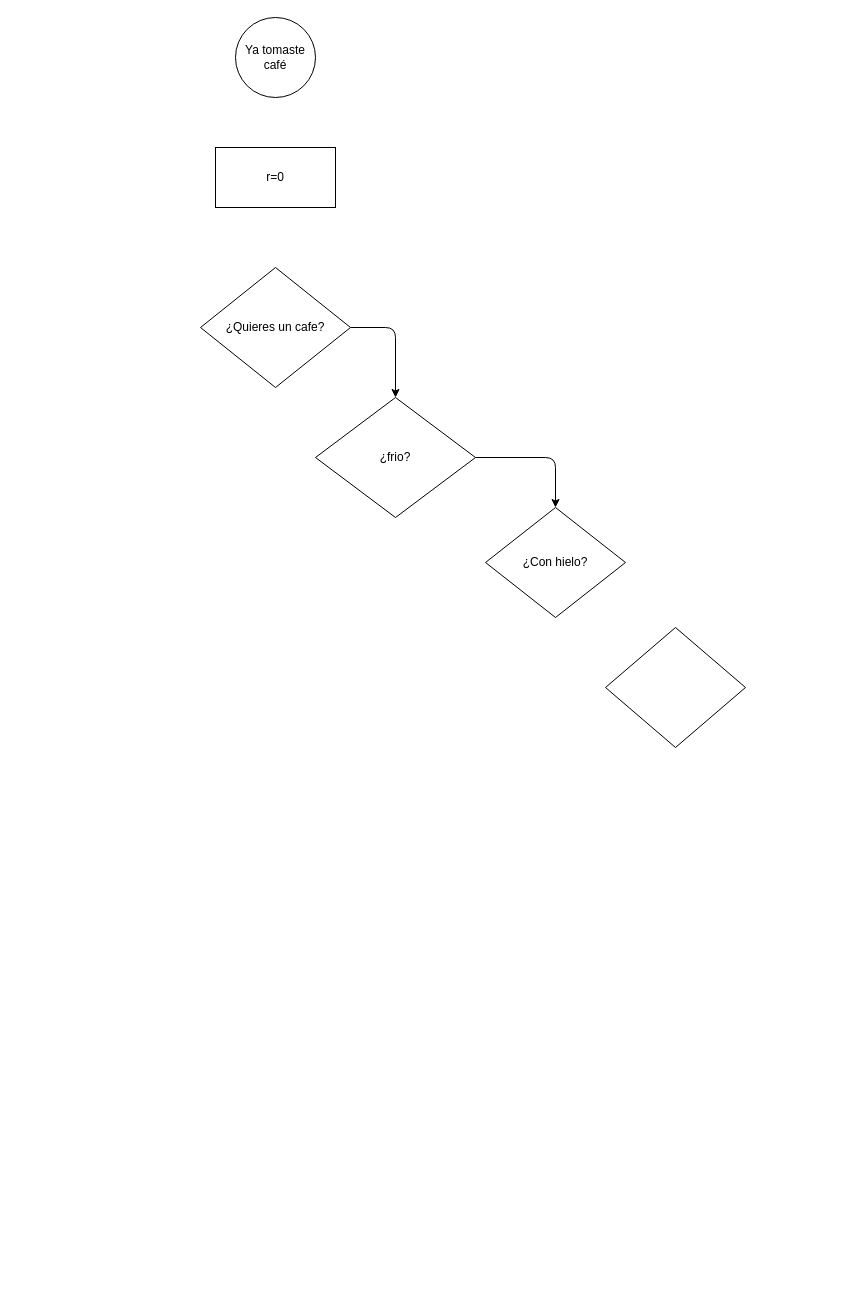
Joan-1-0/IA keeps this draw.io diagram as IA/Estructuras de control/cafe.drawio. Above is the earlier version. Source tidied: cells renumbered, new cells numbered last; positions are measured from the earlier drawing's top-left corner, leaving out a move shared by most shapes. Both pictures are drawn from the tidied source at 100%, with x=0, y=0 at pixel (200, 17).
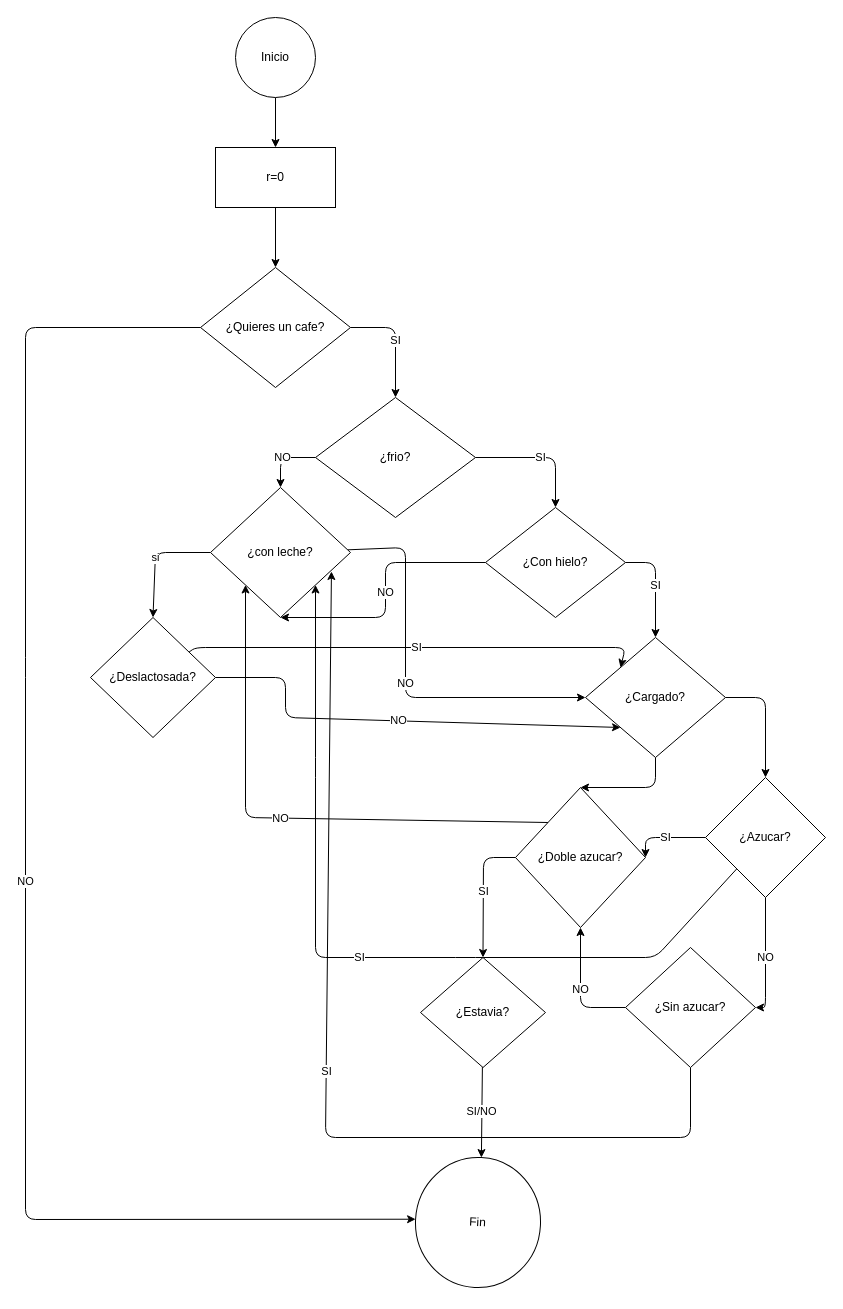
After the change.

The change refers to these unchanged cells:
```xml
<mxCell id="3" value="r=0" style="whiteSpace=wrap;html=1;" parent="1" vertex="1">
  <mxGeometry x="15" y="130" width="120" height="60" as="geometry" />
</mxCell>
<mxCell id="5" value="¿Quieres un cafe?" style="rhombus;whiteSpace=wrap;html=1;" parent="1" vertex="1">
  <mxGeometry y="250" width="150" height="120" as="geometry" />
</mxCell>
<mxCell id="6" value="¿Con hielo?" style="rhombus;whiteSpace=wrap;html=1;" parent="1" vertex="1">
  <mxGeometry x="285" y="490" width="140" height="110" as="geometry" />
</mxCell>
<mxCell id="8" value="¿frio?" style="rhombus;whiteSpace=wrap;html=1;" parent="1" vertex="1">
  <mxGeometry x="115" y="380" width="160" height="120" as="geometry" />
</mxCell>
```

The edit, as a diff of the source:
```diff
@@
+    <mxCell id="10" style="edgeStyle=none;html=1;entryX=0.5;entryY=0;entryDx=0;entryDy=0;" parent="1" edge="1" source="2" target="3">
+      <mxGeometry relative="1" as="geometry" />
+    </mxCell>
-    <mxCell id="2" value="Ya tomaste café" style="ellipse;whiteSpace=wrap;html=1;" parent="1" vertex="1">
+    <mxCell id="2" value="Inicio" style="ellipse;whiteSpace=wrap;html=1;" parent="1" vertex="1">
       <mxGeometry x="35" width="80" height="80" as="geometry" />
     </mxCell>
+    <mxCell id="11" style="edgeStyle=none;html=1;entryX=0.5;entryY=0;entryDx=0;entryDy=0;" parent="1" edge="1" source="3" target="5">
+      <mxGeometry relative="1" as="geometry" />
+    </mxCell>
@@
-    <mxCell id="4" style="edgeStyle=none;html=1;entryX=0.5;entryY=0;entryDx=0;entryDy=0;" parent="1" edge="1" source="5" target="8">
+    <mxCell id="4" value="SI" style="edgeStyle=none;html=1;entryX=0.5;entryY=0;entryDx=0;entryDy=0;" parent="1" edge="1" source="5" target="8">
       <mxGeometry relative="1" as="geometry">
         <Array as="points">
           <mxPoint x="195" y="310" />
         </Array>
       </mxGeometry>
     </mxCell>
+    <mxCell id="12" value="NO" style="edgeStyle=none;html=1;entryX=0;entryY=0.5;entryDx=0;entryDy=0;" parent="1" edge="1" source="5" target="36">
+      <mxGeometry relative="1" as="geometry">
+        <Array as="points">
+          <mxPoint x="-175" y="310" />
+          <mxPoint x="-175" y="650" />
+          <mxPoint x="-175" y="1202" />
+        </Array>
+      </mxGeometry>
+    </mxCell>
@@
+    <mxCell id="13" value="SI" style="edgeStyle=none;html=1;exitX=1;exitY=0.5;exitDx=0;exitDy=0;entryX=0.5;entryY=0;entryDx=0;entryDy=0;" parent="1" edge="1" source="6" target="9">
+      <mxGeometry relative="1" as="geometry">
+        <Array as="points">
+          <mxPoint x="455" y="545" />
+        </Array>
+      </mxGeometry>
+    </mxCell>
+    <mxCell id="14" value="NO" style="edgeStyle=none;html=1;entryX=0.5;entryY=1;entryDx=0;entryDy=0;" parent="1" edge="1" source="6" target="20">
+      <mxGeometry relative="1" as="geometry">
+        <Array as="points">
+          <mxPoint x="185" y="545" />
+          <mxPoint x="185" y="600" />
+        </Array>
+      </mxGeometry>
+    </mxCell>
@@
-    <mxCell id="7" style="edgeStyle=none;html=1;entryX=0.5;entryY=0;entryDx=0;entryDy=0;" parent="1" edge="1" source="8" target="6">
+    <mxCell id="7" value="SI" style="edgeStyle=none;html=1;entryX=0.5;entryY=0;entryDx=0;entryDy=0;" parent="1" edge="1" source="8" target="6">
       <mxGeometry relative="1" as="geometry">
         <Array as="points">
           <mxPoint x="355" y="440" />
         </Array>
       </mxGeometry>
     </mxCell>
+    <mxCell id="15" value="NO" style="edgeStyle=none;html=1;entryX=0.5;entryY=0;entryDx=0;entryDy=0;" parent="1" edge="1" source="8" target="20">
+      <mxGeometry relative="1" as="geometry">
+        <Array as="points">
+          <mxPoint x="80" y="440" />
+        </Array>
+      </mxGeometry>
+    </mxCell>
@@
+    <mxCell id="16" style="edgeStyle=none;html=1;entryX=0.5;entryY=0;entryDx=0;entryDy=0;" parent="1" edge="1" source="9" target="27">
+      <mxGeometry relative="1" as="geometry">
+        <Array as="points">
+          <mxPoint x="565" y="680" />
+        </Array>
+      </mxGeometry>
+    </mxCell>
+    <mxCell id="17" style="edgeStyle=none;html=1;entryX=0.5;entryY=0;entryDx=0;entryDy=0;" parent="1" edge="1" source="9" target="30">
+      <mxGeometry relative="1" as="geometry">
+        <Array as="points">
+          <mxPoint x="455" y="770" />
+        </Array>
+      </mxGeometry>
+    </mxCell>
-    <mxCell id="9" style="rhombus;whiteSpace=wrap;html=1;" parent="1" vertex="1">
-      <mxGeometry x="405" y="610" width="140" height="120" as="geometry" />
+    <mxCell id="9" value="¿Cargado?" style="rhombus;whiteSpace=wrap;html=1;" parent="1" vertex="1">
+      <mxGeometry x="385" y="620" width="140" height="120" as="geometry" />
     </mxCell>
+    <mxCell id="18" value="si" style="edgeStyle=none;html=1;entryX=0.5;entryY=0;entryDx=0;entryDy=0;" parent="1" edge="1" source="20" target="23">
+      <mxGeometry relative="1" as="geometry">
+        <Array as="points">
+          <mxPoint x="-45" y="535" />
+        </Array>
+      </mxGeometry>
+    </mxCell>
+    <mxCell id="19" value="NO" style="edgeStyle=none;html=1;entryX=0;entryY=0.5;entryDx=0;entryDy=0;" parent="1" edge="1" source="20" target="9">
+      <mxGeometry relative="1" as="geometry">
+        <Array as="points">
+          <mxPoint x="205" y="530" />
+          <mxPoint x="205" y="680" />
+        </Array>
+      </mxGeometry>
+    </mxCell>
+    <mxCell id="20" value="¿con leche?" style="rhombus;whiteSpace=wrap;html=1;" parent="1" vertex="1">
+      <mxGeometry x="10" y="470" width="140" height="130" as="geometry" />
+    </mxCell>
+    <mxCell id="21" value="NO" style="edgeStyle=none;html=1;entryX=0;entryY=1;entryDx=0;entryDy=0;" parent="1" edge="1" source="23" target="9">
+      <mxGeometry relative="1" as="geometry">
+        <Array as="points">
+          <mxPoint x="85" y="660" />
+          <mxPoint x="85" y="700" />
+        </Array>
+      </mxGeometry>
+    </mxCell>
+    <mxCell id="22" value="SI" style="edgeStyle=none;html=1;entryX=0;entryY=0;entryDx=0;entryDy=0;" parent="1" edge="1" source="23" target="9">
+      <mxGeometry relative="1" as="geometry">
+        <Array as="points">
+          <mxPoint x="-5" y="630" />
+          <mxPoint x="425" y="630" />
+        </Array>
+      </mxGeometry>
+    </mxCell>
+    <mxCell id="23" value="¿Deslactosada?" style="rhombus;whiteSpace=wrap;html=1;" parent="1" vertex="1">
+      <mxGeometry x="-110" y="600" width="125" height="120" as="geometry" />
+    </mxCell>
+    <mxCell id="24" value="SI" style="edgeStyle=none;html=1;entryX=1;entryY=1;entryDx=0;entryDy=0;" parent="1" edge="1" source="27" target="20">
+      <mxGeometry relative="1" as="geometry">
+        <Array as="points">
+          <mxPoint x="455" y="940" />
+          <mxPoint x="265" y="940" />
+          <mxPoint x="115" y="940" />
+          <mxPoint x="115" y="750" />
+        </Array>
+      </mxGeometry>
+    </mxCell>
+    <mxCell id="25" value="SI" style="edgeStyle=none;html=1;entryX=1;entryY=0.5;entryDx=0;entryDy=0;" parent="1" edge="1" source="27" target="30">
+      <mxGeometry relative="1" as="geometry">
+        <Array as="points">
+          <mxPoint x="445" y="820" />
+        </Array>
+      </mxGeometry>
+    </mxCell>
+    <mxCell id="26" value="NO" style="edgeStyle=none;html=1;entryX=1;entryY=0.5;entryDx=0;entryDy=0;" parent="1" edge="1" source="27" target="35">
+      <mxGeometry relative="1" as="geometry">
+        <Array as="points">
+          <mxPoint x="565" y="990" />
+        </Array>
+      </mxGeometry>
+    </mxCell>
+    <mxCell id="27" value="¿Azucar?" style="rhombus;whiteSpace=wrap;html=1;" parent="1" vertex="1">
+      <mxGeometry x="505" y="760" width="120" height="120" as="geometry" />
+    </mxCell>
+    <mxCell id="28" value="SI" style="edgeStyle=none;html=1;entryX=0.5;entryY=0;entryDx=0;entryDy=0;" parent="1" edge="1" source="30" target="32">
+      <mxGeometry relative="1" as="geometry">
+        <Array as="points">
+          <mxPoint x="283" y="840" />
+        </Array>
+      </mxGeometry>
+    </mxCell>
+    <mxCell id="29" value="NO" style="edgeStyle=none;html=1;exitX=0;exitY=0;exitDx=0;exitDy=0;entryX=0;entryY=1;entryDx=0;entryDy=0;" parent="1" edge="1" source="30" target="20">
+      <mxGeometry relative="1" as="geometry">
+        <Array as="points">
+          <mxPoint x="45" y="800" />
+        </Array>
+      </mxGeometry>
+    </mxCell>
+    <mxCell id="30" value="¿Doble azucar?" style="rhombus;whiteSpace=wrap;html=1;" parent="1" vertex="1">
+      <mxGeometry x="315" y="770" width="130" height="140" as="geometry" />
+    </mxCell>
+    <mxCell id="31" value="SI/NO" style="edgeStyle=none;html=1;entryX=0.5;entryY=0;entryDx=0;entryDy=0;" parent="1" edge="1" source="32" target="36">
+      <mxGeometry relative="1" as="geometry" />
+    </mxCell>
+    <mxCell id="32" value="¿Estavia?" style="rhombus;whiteSpace=wrap;html=1;" parent="1" vertex="1">
+      <mxGeometry x="220" y="940" width="125" height="110" as="geometry" />
+    </mxCell>
+    <mxCell id="33" value="SI" style="edgeStyle=none;html=1;entryX=0.864;entryY=0.646;entryDx=0;entryDy=0;entryPerimeter=0;" parent="1" edge="1" source="35" target="20">
+      <mxGeometry relative="1" as="geometry">
+        <Array as="points">
+          <mxPoint x="490" y="1120" />
+          <mxPoint x="125" y="1120" />
+        </Array>
+      </mxGeometry>
+    </mxCell>
+    <mxCell id="34" value="NO" style="edgeStyle=none;html=1;entryX=0.5;entryY=1;entryDx=0;entryDy=0;" parent="1" edge="1" source="35" target="30">
+      <mxGeometry relative="1" as="geometry">
+        <Array as="points">
+          <mxPoint x="380" y="990" />
+        </Array>
+      </mxGeometry>
+    </mxCell>
+    <mxCell id="35" value="¿Sin azucar?" style="rhombus;whiteSpace=wrap;html=1;" parent="1" vertex="1">
+      <mxGeometry x="425" y="930" width="130" height="120" as="geometry" />
+    </mxCell>
+    <mxCell id="36" value="Fin&lt;br&gt;" style="ellipse;whiteSpace=wrap;html=1;rotation=3;" parent="1" vertex="1">
+      <mxGeometry x="215" y="1140" width="125" height="130" as="geometry" />
+    </mxCell>
```
